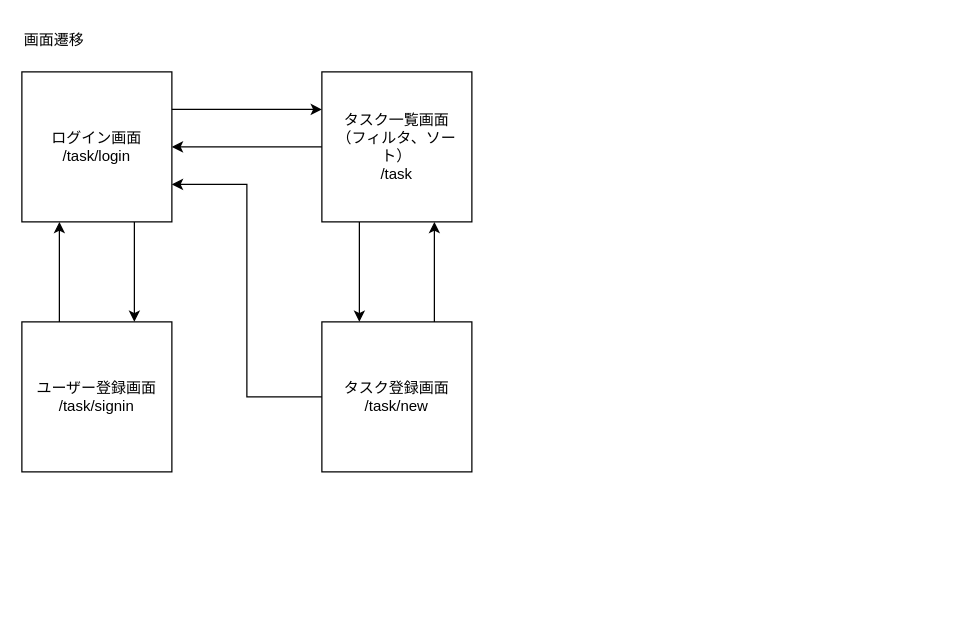
Before: docs/screen_transition.drawio in Fuefuki/task_manager_app, a draw.io diagram. Source tidied: cells renumbered, new cells numbered last; positions are measured from the earlier drawing's top-left corner, leaving out a move shared by most shapes. Both pictures are drawn from the tidied source at 125%, with x=0, y=0 at pixel (21, 21).
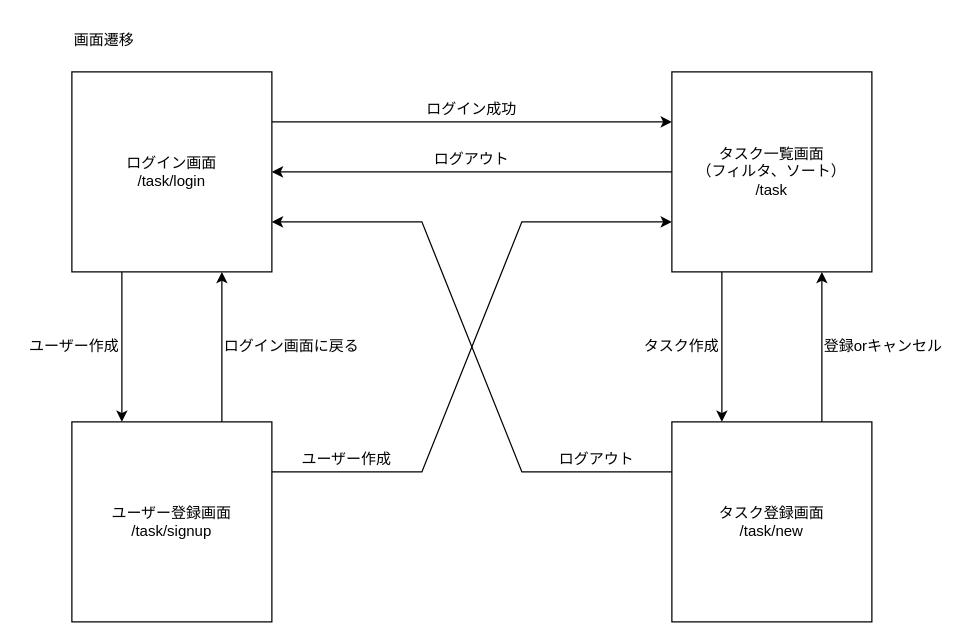
The same page after the edit.

Commit message (it also covers changes not shown here):
ER図、画面遷移図を更新

What changed in the source:
```diff
@@
     <mxCell id="2" value="ログイン画面&lt;br&gt;/task/login" style="rounded=0;whiteSpace=wrap;html=1;" parent="1" vertex="1">
-      <mxGeometry y="40" width="120" height="120" as="geometry" />
+      <mxGeometry x="40" y="40" width="160" height="160" as="geometry" />
     </mxCell>
     <mxCell id="3" value="タスク一覧画面&lt;br&gt;（フィルタ、ソート）&lt;br&gt;/task" style="rounded=0;whiteSpace=wrap;html=1;" parent="1" vertex="1">
-      <mxGeometry x="240" y="40" width="120" height="120" as="geometry" />
+      <mxGeometry x="520" y="40" width="160" height="160" as="geometry" />
     </mxCell>
-    <mxCell id="4" value="ユーザー登録画面&lt;br&gt;/task/signin" style="rounded=0;whiteSpace=wrap;html=1;" parent="1" vertex="1">
-      <mxGeometry y="240" width="120" height="120" as="geometry" />
+    <mxCell id="4" value="ユーザー登録画面&lt;br&gt;/task/signup" style="rounded=0;whiteSpace=wrap;html=1;" parent="1" vertex="1">
+      <mxGeometry x="40" y="320" width="160" height="160" as="geometry" />
     </mxCell>
     <mxCell id="5" value="タスク登録画面&lt;br&gt;/task/new" style="rounded=0;whiteSpace=wrap;html=1;" parent="1" vertex="1">
-      <mxGeometry x="240" y="240" width="120" height="120" as="geometry" />
+      <mxGeometry x="520" y="320" width="160" height="160" as="geometry" />
     </mxCell>
+    <mxCell id="13" value="画面遷移" style="text;html=1;strokeColor=none;fillColor=none;align=left;verticalAlign=middle;whiteSpace=wrap;rounded=0;" parent="1" vertex="1">
+      <mxGeometry x="40" width="360" height="30" as="geometry" />
+    </mxCell>
-    <mxCell id="6" style="endArrow=classic;html=1;rounded=0;exitX=0.75;exitY=1;exitDx=0;exitDy=0;entryX=0.75;entryY=0;entryDx=0;entryDy=0;" parent="1" edge="1" source="2" target="4">
+    <mxCell id="6" style="endArrow=classic;html=1;rounded=0;exitX=0.25;exitY=1;exitDx=0;exitDy=0;entryX=0.25;entryY=0;entryDx=0;entryDy=0;" parent="1" edge="1" source="2" target="4">
       <mxGeometry relative="1" as="geometry" />
     </mxCell>
+    <mxCell id="14" value="ユーザー作成" style="text;html=1;strokeColor=none;fillColor=none;align=right;verticalAlign=middle;whiteSpace=wrap;rounded=0;" parent="1" vertex="1">
+      <mxGeometry y="250" width="80" height="20" as="geometry" />
+    </mxCell>
+    <mxCell id="10" style="endArrow=classic;html=1;rounded=0;exitX=0.75;exitY=0;exitDx=0;exitDy=0;entryX=0.75;entryY=1;entryDx=0;entryDy=0;" parent="1" edge="1" source="4" target="2">
+      <mxGeometry relative="1" as="geometry" />
+    </mxCell>
+    <mxCell id="15" value="ログイン画面に戻る" style="text;html=1;strokeColor=none;fillColor=none;align=left;verticalAlign=middle;whiteSpace=wrap;rounded=0;" parent="1" vertex="1">
+      <mxGeometry x="160" y="250" width="110" height="20" as="geometry" />
+    </mxCell>
@@
+    <mxCell id="16" value="ログイン成功" style="text;html=1;strokeColor=none;fillColor=none;align=center;verticalAlign=middle;whiteSpace=wrap;rounded=0;" parent="1" vertex="1">
+      <mxGeometry x="280" y="60" width="160" height="20" as="geometry" />
+    </mxCell>
+    <mxCell id="11" style="endArrow=classic;html=1;rounded=0;exitX=0;exitY=0.5;exitDx=0;exitDy=0;entryX=1;entryY=0.5;entryDx=0;entryDy=0;" parent="1" edge="1" source="3" target="2">
+      <mxGeometry relative="1" as="geometry" />
+    </mxCell>
+    <mxCell id="17" value="ログアウト" style="text;html=1;strokeColor=none;fillColor=none;align=center;verticalAlign=middle;whiteSpace=wrap;rounded=0;" parent="1" vertex="1">
+      <mxGeometry x="280" y="100" width="160" height="20" as="geometry" />
+    </mxCell>
+    <mxCell id="12" style="endArrow=classic;html=1;rounded=0;exitX=0;exitY=0.25;exitDx=0;exitDy=0;entryX=1;entryY=0.75;entryDx=0;entryDy=0;" parent="1" edge="1" source="5" target="2">
+      <mxGeometry relative="1" as="geometry">
+        <Array as="points">
+          <mxPoint x="400" y="360" />
+          <mxPoint x="320" y="160" />
+        </Array>
+      </mxGeometry>
+    </mxCell>
+    <mxCell id="18" value="ログアウト" style="text;html=1;strokeColor=none;fillColor=none;align=center;verticalAlign=middle;whiteSpace=wrap;rounded=0;" parent="1" vertex="1">
+      <mxGeometry x="420" y="340" width="80" height="20" as="geometry" />
+    </mxCell>
+    <mxCell id="19" value="ユーザー作成" style="text;html=1;strokeColor=none;fillColor=none;align=center;verticalAlign=middle;whiteSpace=wrap;rounded=0;" parent="1" vertex="1">
+      <mxGeometry x="200" y="340" width="120" height="20" as="geometry" />
+    </mxCell>
+    <mxCell id="9" style="endArrow=classic;html=1;rounded=0;exitX=0.25;exitY=1;exitDx=0;exitDy=0;entryX=0.25;entryY=0;entryDx=0;entryDy=0;" parent="1" edge="1" source="3" target="5">
+      <mxGeometry relative="1" as="geometry" />
+    </mxCell>
-    <mxCell id="8" style="endArrow=classic;html=1;rounded=0;entryX=0.75;entryY=1;entryDx=0;entryDy=0;exitX=0.75;exitY=0;exitDx=0;exitDy=0;" parent="1" edge="1" source="5" target="3">
+    <mxCell id="8" style="endArrow=classic;html=1;rounded=0;exitX=0.75;exitY=0;exitDx=0;exitDy=0;entryX=0.75;entryY=1;entryDx=0;entryDy=0;" parent="1" edge="1" source="5" target="3">
       <mxGeometry relative="1" as="geometry" />
     </mxCell>
-    <mxCell id="9" style="endArrow=classic;html=1;rounded=0;exitX=0.25;exitY=1;exitDx=0;exitDy=0;entryX=0.25;entryY=0;entryDx=0;entryDy=0;" parent="1" edge="1" source="3" target="5">
-      <mxGeometry relative="1" as="geometry" />
-    </mxCell>
-    <mxCell id="10" style="endArrow=classic;html=1;rounded=0;entryX=0.25;entryY=1;entryDx=0;entryDy=0;exitX=0.25;exitY=0;exitDx=0;exitDy=0;" parent="1" edge="1" source="4" target="2">
-      <mxGeometry relative="1" as="geometry" />
-    </mxCell>
-    <mxCell id="11" style="endArrow=classic;html=1;rounded=0;exitX=0;exitY=0.5;exitDx=0;exitDy=0;entryX=1;entryY=0.5;entryDx=0;entryDy=0;" parent="1" edge="1" source="3" target="2">
-      <mxGeometry relative="1" as="geometry" />
-    </mxCell>
-    <mxCell id="12" style="endArrow=classic;html=1;rounded=0;exitX=0;exitY=0.5;exitDx=0;exitDy=0;entryX=1;entryY=0.75;entryDx=0;entryDy=0;" parent="1" edge="1" source="5" target="2">
-      <mxGeometry relative="1" as="geometry">
-        <Array as="points">
-          <mxPoint x="180" y="300" />
-          <mxPoint x="180" y="130" />
-        </Array>
-      </mxGeometry>
-    </mxCell>
-    <mxCell id="13" value="画面遷移" style="text;html=1;strokeColor=none;fillColor=none;align=left;verticalAlign=middle;whiteSpace=wrap;rounded=0;" parent="1" vertex="1">
-      <mxGeometry width="360" height="30" as="geometry" />
-    </mxCell>
+    <mxCell id="20" style="endArrow=classic;html=1;rounded=0;exitX=1;exitY=0.25;exitDx=0;exitDy=0;entryX=0;entryY=0.75;entryDx=0;entryDy=0;" parent="1" edge="1" source="4" target="3">
+      <mxGeometry relative="1" as="geometry">
+        <Array as="points">
+          <mxPoint x="320" y="360" />
+          <mxPoint x="400" y="160" />
+        </Array>
+      </mxGeometry>
+    </mxCell>
+    <mxCell id="21" value="登録orキャンセル" style="text;html=1;strokeColor=none;fillColor=none;align=left;verticalAlign=middle;whiteSpace=wrap;rounded=0;" parent="1" vertex="1">
+      <mxGeometry x="640" y="250" width="110" height="20" as="geometry" />
+    </mxCell>
+    <mxCell id="22" value="タスク作成" style="text;html=1;strokeColor=none;fillColor=none;align=right;verticalAlign=middle;whiteSpace=wrap;rounded=0;" parent="1" vertex="1">
+      <mxGeometry x="480" y="250" width="80" height="20" as="geometry" />
+    </mxCell>
```
